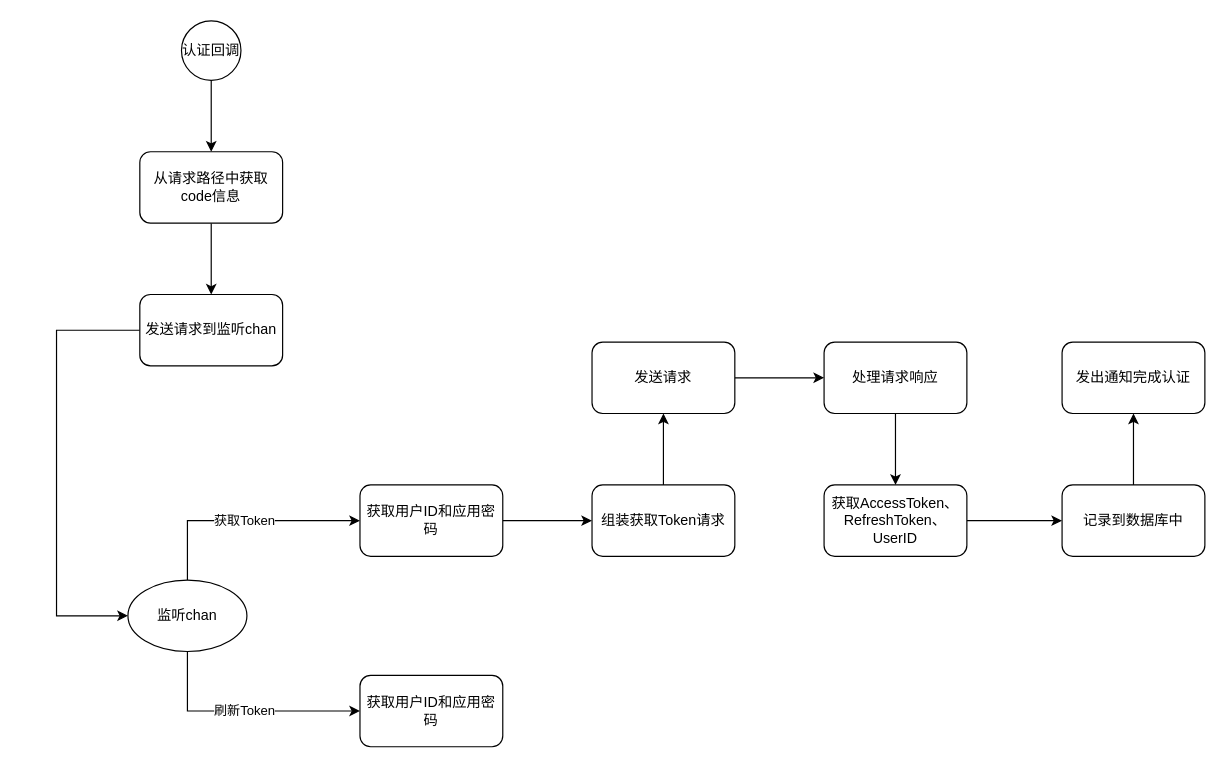
The draw.io diagram page "Token处理流程" (2 of 2) of auto-backup.drawio in adoom2017/auto-backup, before the edit. Source tidied: cells renumbered, new cells numbered last; positions are measured from the earlier drawing's top-left corner, leaving out a move shared by most shapes. Both pictures are drawn from the tidied source at 119%, with x=0, y=0 at pixel (56, 20).
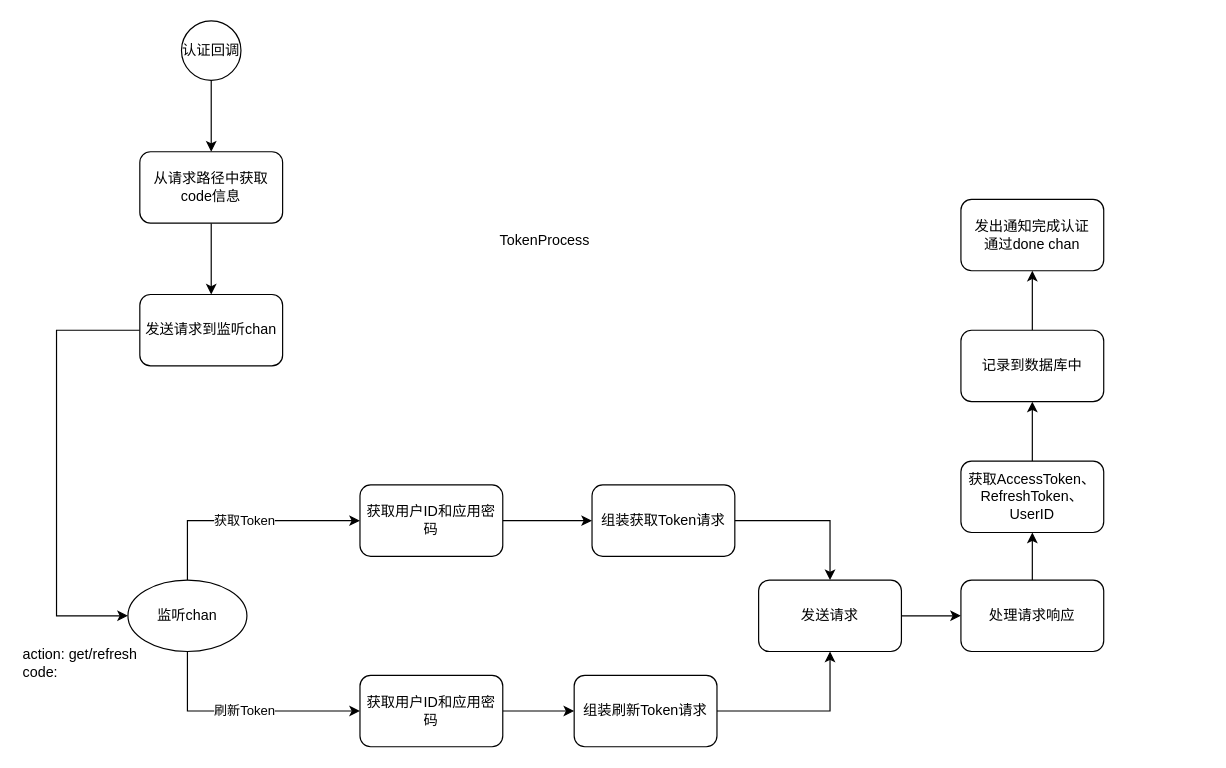
Above is the later version.

Unchanged cells that the change refers to:
```xml
<mxCell id="7" value="组装获取Token请求" style="rounded=1;whiteSpace=wrap;html=1;" parent="1" vertex="1">
  <mxGeometry x="450" y="390" width="120" height="60" as="geometry" />
</mxCell>
<mxCell id="22" value="获取用户ID和应用密码" style="rounded=1;whiteSpace=wrap;html=1;" parent="1" vertex="1">
  <mxGeometry x="255" y="550" width="120" height="60" as="geometry" />
</mxCell>
```

What changed in the source:
```diff
@@
-    <mxCell id="6" style="edgeStyle=orthogonalEdgeStyle;rounded=0;jettySize=auto;html=1;" parent="1" edge="1" source="7" target="9">
+    <mxCell id="6" style="edgeStyle=orthogonalEdgeStyle;rounded=0;jettySize=auto;html=1;entryX=0.5;entryY=0;entryDx=0;entryDy=0;exitX=1;exitY=0.5;exitDx=0;exitDy=0;" parent="1" edge="1" source="7" target="9">
       <mxGeometry relative="1" as="geometry" />
     </mxCell>
@@
-    <mxCell id="8" style="edgeStyle=orthogonalEdgeStyle;rounded=0;jettySize=auto;html=1;" parent="1" edge="1" source="9" target="11">
+    <mxCell id="8" style="edgeStyle=orthogonalEdgeStyle;rounded=0;jettySize=auto;html=1;exitX=1;exitY=0.5;exitDx=0;exitDy=0;" parent="1" edge="1" source="9" target="11">
       <mxGeometry relative="1" as="geometry" />
     </mxCell>
     <mxCell id="9" value="发送请求" style="rounded=1;whiteSpace=wrap;html=1;" parent="1" vertex="1">
-      <mxGeometry x="450" y="270" width="120" height="60" as="geometry" />
+      <mxGeometry x="590" y="470" width="120" height="60" as="geometry" />
     </mxCell>
@@
     <mxCell id="11" value="处理请求响应" style="rounded=1;whiteSpace=wrap;html=1;" parent="1" vertex="1">
-      <mxGeometry x="645" y="270" width="120" height="60" as="geometry" />
+      <mxGeometry x="760" y="470" width="120" height="60" as="geometry" />
     </mxCell>
@@
     <mxCell id="13" value="获取AccessToken、RefreshToken、UserID" style="rounded=1;whiteSpace=wrap;html=1;" parent="1" vertex="1">
-      <mxGeometry x="645" y="390" width="120" height="60" as="geometry" />
+      <mxGeometry x="760" y="370" width="120" height="60" as="geometry" />
     </mxCell>
@@
     <mxCell id="15" value="记录到数据库中" style="rounded=1;whiteSpace=wrap;html=1;" parent="1" vertex="1">
-      <mxGeometry x="845" y="390" width="120" height="60" as="geometry" />
+      <mxGeometry x="760" y="260" width="120" height="60" as="geometry" />
     </mxCell>
-    <mxCell id="16" value="发出通知完成认证" style="rounded=1;whiteSpace=wrap;html=1;" parent="1" vertex="1">
-      <mxGeometry x="845" y="270" width="120" height="60" as="geometry" />
+    <mxCell id="16" value="发出通知完成认证&lt;div&gt;通过done chan&lt;/div&gt;" style="rounded=1;whiteSpace=wrap;html=1;" parent="1" vertex="1">
+      <mxGeometry x="760" y="150" width="120" height="60" as="geometry" />
     </mxCell>
@@
+    <mxCell id="25" style="edgeStyle=orthogonalEdgeStyle;rounded=0;jettySize=auto;html=1;" parent="1" edge="1" source="22" target="28">
+      <mxGeometry relative="1" as="geometry" />
+    </mxCell>
@@
+    <mxCell id="26" value="action: get/refresh&lt;div&gt;code:&lt;/div&gt;" style="text;html=1;align=left;verticalAlign=middle;strokeColor=none;fillColor=none;" parent="1" vertex="1">
+      <mxGeometry x="-30" y="520" width="120" height="40" as="geometry" />
+    </mxCell>
+    <mxCell id="27" style="edgeStyle=orthogonalEdgeStyle;rounded=0;jettySize=auto;html=1;exitX=1;exitY=0.5;exitDx=0;exitDy=0;entryX=0.5;entryY=1;entryDx=0;entryDy=0;" parent="1" edge="1" source="28" target="9">
+      <mxGeometry relative="1" as="geometry" />
+    </mxCell>
+    <mxCell id="28" value="组装刷新Token请求" style="rounded=1;whiteSpace=wrap;html=1;" parent="1" vertex="1">
+      <mxGeometry x="435" y="550" width="120" height="60" as="geometry" />
+    </mxCell>
+    <mxCell id="29" value="TokenProcess" style="text;html=1;align=center;verticalAlign=middle;strokeColor=none;fillColor=none;" parent="1" vertex="1">
+      <mxGeometry x="360" y="170" width="100" height="30" as="geometry" />
+    </mxCell>
```
